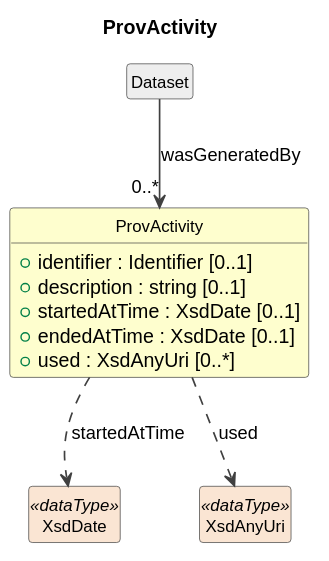
The PlantUML diagram cdif-uml-model/CDIFCore/Classes/ProvActivity.svg in Cross-Domain-Interoperability-Framework/metadataBuildingBlocks, before a commit.
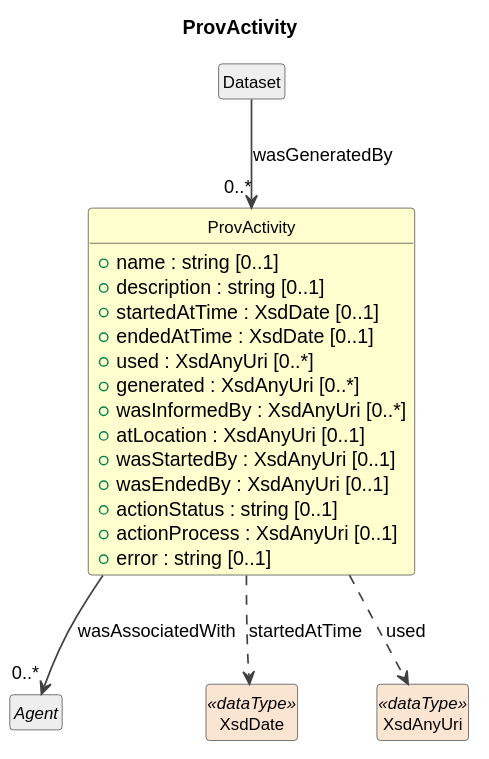
After the commit.

The edit, as a diff of the source:
```diff
@@ -11,14 +11,24 @@
 }
 
 class "ProvActivity" as ProvActivity #FEFECE {
-  +identifier : Identifier [0..1]
+  +name : string [0..1]
   +description : string [0..1]
   +startedAtTime : XsdDate [0..1]
   +endedAtTime : XsdDate [0..1]
   +used : XsdAnyUri [0..*]
+  +generated : XsdAnyUri [0..*]
+  +wasInformedBy : XsdAnyUri [0..*]
+  +atLocation : XsdAnyUri [0..1]
+  +wasStartedBy : XsdAnyUri [0..1]
+  +wasEndedBy : XsdAnyUri [0..1]
+  +actionStatus : string [0..1]
+  +actionProcess : XsdAnyUri [0..1]
+  +error : string [0..1]
 }
 class "Dataset" as Dataset #EEEEEE
 Dataset --> "0..*" ProvActivity : wasGeneratedBy
+abstract class "Agent" as Agent #EEEEEE
+ProvActivity --> "0..*" Agent : wasAssociatedWith
 class "XsdDate" as XsdDate <<dataType>> #FAE5D3
 ProvActivity ..> XsdDate : startedAtTime
 class "XsdAnyUri" as XsdAnyUri <<dataType>> #FAE5D3
```
